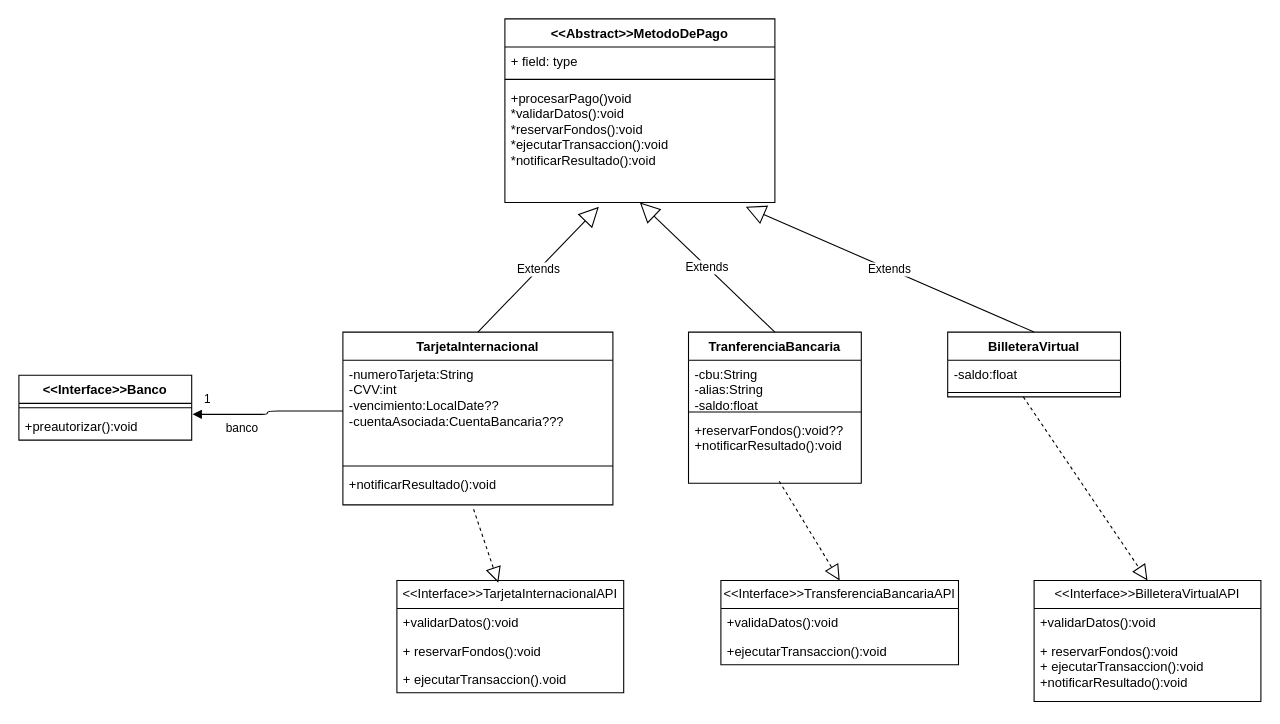
Before: UML/2.4 metodos de  pago.drawio in MartinianoOliveto/po2-integrador, a draw.io diagram. Source tidied: cells renumbered, new cells numbered last; positions are measured from the earlier drawing's top-left corner, leaving out a move shared by most shapes. Both pictures are drawn from the tidied source at 108%, with x=0, y=0 at pixel (18, 18).
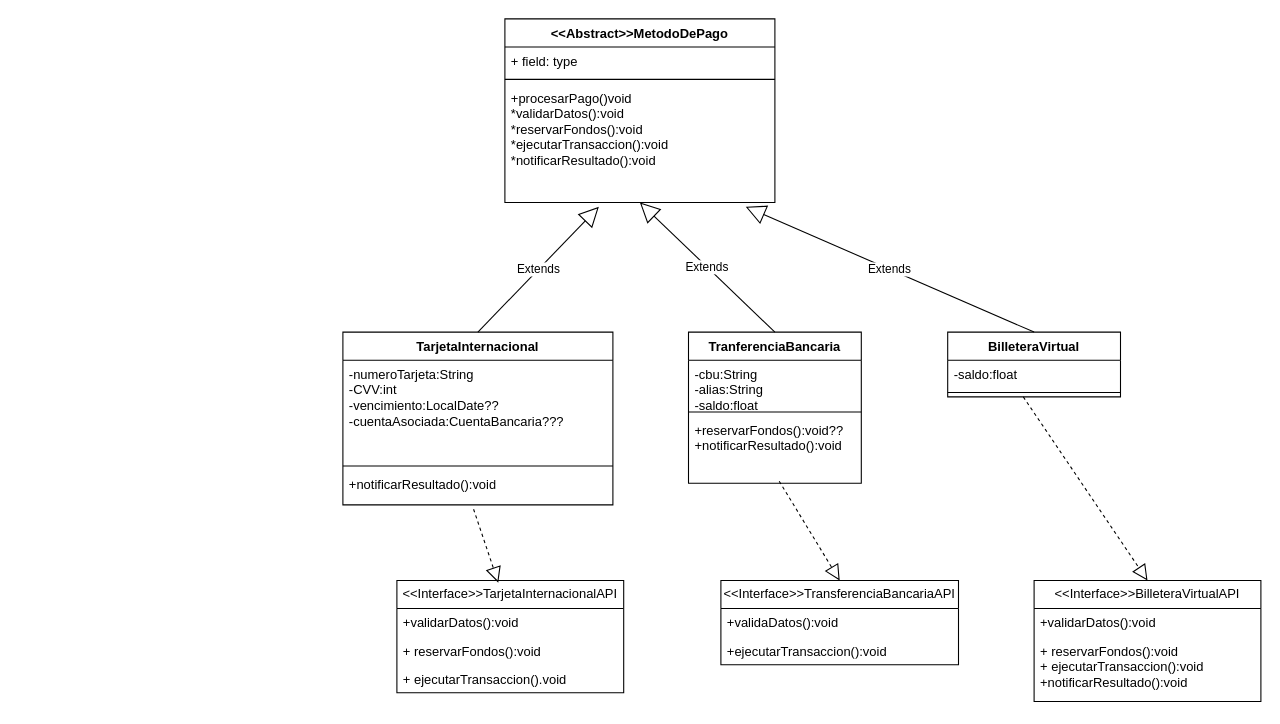
After the change.

Commit message:
saque el banco

Unchanged cells that the change refers to:
```xml
<mxCell id="7" value="-numeroTarjeta:String&lt;div&gt;-CVV:int&amp;nbsp;&lt;/div&gt;&lt;div&gt;-vencimiento:LocalDate??&lt;/div&gt;&lt;div&gt;-cuentaAsociada:CuentaBancaria???&lt;/div&gt;" style="text;strokeColor=none;fillColor=none;align=left;verticalAlign=top;spacingLeft=4;spacingRight=4;overflow=hidden;points=[[0,0.5],[1,0.5]];portConstraint=eastwest;whiteSpace=wrap;html=1;" parent="6" vertex="1">
  <mxGeometry y="26" width="250" height="94" as="geometry" />
</mxCell>
```

The edit, as a diff of the source:
```diff
@@
-    <mxCell id="33" value="&amp;lt;&amp;lt;Interface&amp;gt;&amp;gt;Banco" style="swimlane;fontStyle=1;align=center;verticalAlign=top;horizontal=1;startSize=26;whiteSpace=wrap;html=1;" parent="1" vertex="1">
-      <mxGeometry y="330" width="160" height="60" as="geometry" />
-    </mxCell>
-    <mxCell id="34" style="line;strokeWidth=1;fillColor=none;align=left;verticalAlign=middle;spacingTop=-1;spacingLeft=3;spacingRight=3;labelPosition=right;strokeColor=inherit;" parent="33" vertex="1">
-      <mxGeometry y="26" width="160" height="8" as="geometry" />
-    </mxCell>
-    <mxCell id="35" value="+preautorizar():void" style="text;strokeColor=none;fillColor=none;align=left;verticalAlign=top;spacingLeft=4;spacingRight=4;overflow=hidden;points=[[0,0.5],[1,0.5]];portConstraint=eastwest;whiteSpace=wrap;html=1;" parent="33" vertex="1">
-      <mxGeometry y="34" width="160" height="26" as="geometry" />
-    </mxCell>
-    <mxCell id="36" value="banco" style="endArrow=block;endFill=1;html=1;edgeStyle=orthogonalEdgeStyle;align=left;verticalAlign=top;exitX=0;exitY=0.5;exitDx=0;exitDy=0;entryX=1.005;entryY=0.083;entryDx=0;entryDy=0;entryPerimeter=0;" parent="1" edge="1" source="7" target="35">
-      <mxGeometry x="0.59" relative="1" as="geometry" />
-    </mxCell>
-    <mxCell id="37" value="1" style="edgeLabel;html=1;align=left;verticalAlign=bottom;" parent="36" vertex="1">
-      <mxGeometry x="-1" relative="1" as="geometry">
-        <mxPoint x="-130" y="-3" as="offset" />
-      </mxGeometry>
-    </mxCell>
```
